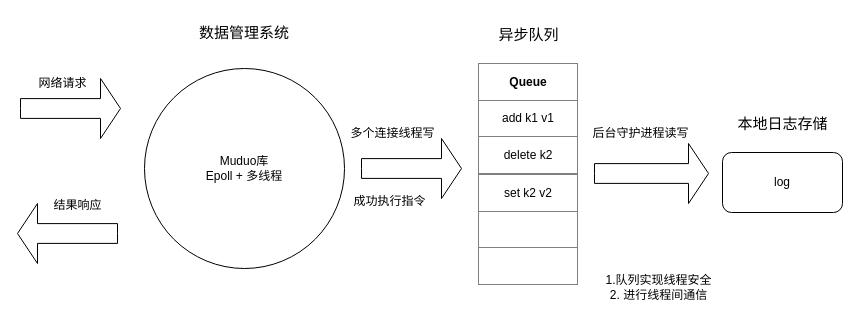
Earlier version of the draw.io diagram diagram-net/日志模块示意图.drawio (Xuuuuuuuuuuuu/pic-repo). Source tidied: cells renumbered, new cells numbered last; positions are measured from the earlier drawing's top-left corner, leaving out a move shared by most shapes. Both pictures are drawn from the tidied source at 100%, with x=0, y=0 at pixel (17, 17).
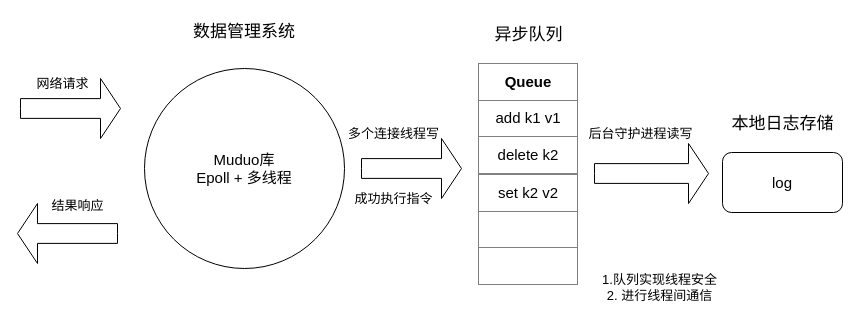
Above is the later version.

Commit message:
更新日志模块示意图.drawio

What changed in the source:
```diff
@@
 <mxGraphModel>
   <root>
     <mxCell id="0" />
     <mxCell id="1" parent="0" />
-    <mxCell id="2" value="&lt;table border=&quot;1&quot; width=&quot;100%&quot; height=&quot;100%&quot; cellpadding=&quot;4&quot; style=&quot;width:100%;height:100%;border-collapse:collapse;&quot;&gt;&lt;tbody&gt;&lt;tr&gt;&lt;th align=&quot;center&quot;&gt;Queue&lt;/th&gt;&lt;/tr&gt;&lt;tr&gt;&lt;td align=&quot;center&quot;&gt;add k1 v1&lt;/td&gt;&lt;/tr&gt;&lt;tr&gt;&lt;td align=&quot;center&quot;&gt;delete k2&lt;/td&gt;&lt;/tr&gt;&lt;/tbody&gt;&lt;/table&gt;" style="text;html=1;whiteSpace=wrap;strokeColor=none;fillColor=none;overflow=fill;" parent="1" vertex="1">
+    <mxCell id="2" value="&lt;table border=&quot;1&quot; width=&quot;100%&quot; height=&quot;100%&quot; cellpadding=&quot;4&quot; style=&quot;width: 100%; height: 100%; border-collapse: collapse; font-size: 15px;&quot;&gt;&lt;tbody style=&quot;font-size: 15px;&quot;&gt;&lt;tr style=&quot;font-size: 15px;&quot;&gt;&lt;th align=&quot;center&quot; style=&quot;font-size: 15px;&quot;&gt;Queue&lt;/th&gt;&lt;/tr&gt;&lt;tr style=&quot;font-size: 15px;&quot;&gt;&lt;td align=&quot;center&quot; style=&quot;font-size: 15px;&quot;&gt;add k1 v1&lt;/td&gt;&lt;/tr&gt;&lt;tr style=&quot;font-size: 15px;&quot;&gt;&lt;td align=&quot;center&quot; style=&quot;font-size: 15px;&quot;&gt;delete k2&lt;/td&gt;&lt;/tr&gt;&lt;/tbody&gt;&lt;/table&gt;" style="text;html=1;whiteSpace=wrap;strokeColor=none;fillColor=none;overflow=fill;fontSize=15;" parent="1" vertex="1">
       <mxGeometry x="461" y="46" width="100" height="111" as="geometry" />
     </mxCell>
-    <mxCell id="3" value="Muduo库&lt;br style=&quot;font-size: 12px;&quot;&gt;Epoll + 多线程" style="ellipse;whiteSpace=wrap;html=1;fontSize=12;" parent="1" vertex="1">
+    <mxCell id="3" value="Muduo库&lt;br style=&quot;font-size: 15px;&quot;&gt;Epoll + 多线程" style="ellipse;whiteSpace=wrap;html=1;fontSize=15;" parent="1" vertex="1">
       <mxGeometry x="127" y="51" width="200" height="200" as="geometry" />
     </mxCell>
     <mxCell id="4" style="html=1;shadow=0;dashed=0;align=center;verticalAlign=middle;shape=mxgraph.arrows2.arrow;dy=0.67;dx=20;notch=0;" parent="1" vertex="1">
       <mxGeometry x="3" y="61" width="100" height="60" as="geometry" />
     </mxCell>
     <mxCell id="5" style="html=1;shadow=0;dashed=0;align=center;verticalAlign=middle;shape=mxgraph.arrows2.arrow;dy=0.67;dx=20;notch=0;direction=west;" parent="1" vertex="1">
       <mxGeometry y="186" width="100" height="60" as="geometry" />
     </mxCell>
     <mxCell id="6" style="edgeStyle=orthogonalEdgeStyle;rounded=0;orthogonalLoop=1;jettySize=auto;html=1;exitX=0.5;exitY=1;exitDx=0;exitDy=0;" parent="1" edge="1" source="2" target="2">
       <mxGeometry relative="1" as="geometry" />
     </mxCell>
-    <mxCell id="7" value="&lt;table border=&quot;1&quot; width=&quot;100%&quot; height=&quot;100%&quot; cellpadding=&quot;4&quot; style=&quot;width:100%;height:100%;border-collapse:collapse;&quot;&gt;&lt;tbody&gt;&lt;tr&gt;&lt;th align=&quot;center&quot;&gt;&lt;span style=&quot;font-weight: normal;&quot;&gt;set k2 v2&lt;/span&gt;&lt;/th&gt;&lt;/tr&gt;&lt;tr&gt;&lt;td align=&quot;center&quot;&gt;&lt;br&gt;&lt;/td&gt;&lt;/tr&gt;&lt;tr&gt;&lt;td align=&quot;center&quot;&gt;&lt;br&gt;&lt;/td&gt;&lt;/tr&gt;&lt;/tbody&gt;&lt;/table&gt;" style="text;html=1;whiteSpace=wrap;strokeColor=none;fillColor=none;overflow=fill;" parent="1" vertex="1">
+    <mxCell id="7" value="&lt;table border=&quot;1&quot; width=&quot;100%&quot; height=&quot;100%&quot; cellpadding=&quot;4&quot; style=&quot;width: 100%; height: 100%; border-collapse: collapse; font-size: 15px;&quot;&gt;&lt;tbody style=&quot;font-size: 15px;&quot;&gt;&lt;tr style=&quot;font-size: 15px;&quot;&gt;&lt;th align=&quot;center&quot; style=&quot;font-size: 15px;&quot;&gt;&lt;span style=&quot;font-weight: normal; font-size: 15px;&quot;&gt;set k2 v2&lt;/span&gt;&lt;/th&gt;&lt;/tr&gt;&lt;tr style=&quot;font-size: 15px;&quot;&gt;&lt;td align=&quot;center&quot; style=&quot;font-size: 15px;&quot;&gt;&lt;br style=&quot;font-size: 15px;&quot;&gt;&lt;/td&gt;&lt;/tr&gt;&lt;tr style=&quot;font-size: 15px;&quot;&gt;&lt;td align=&quot;center&quot; style=&quot;font-size: 15px;&quot;&gt;&lt;br style=&quot;font-size: 15px;&quot;&gt;&lt;/td&gt;&lt;/tr&gt;&lt;/tbody&gt;&lt;/table&gt;" style="text;html=1;whiteSpace=wrap;strokeColor=none;fillColor=none;overflow=fill;fontSize=15;" parent="1" vertex="1">
       <mxGeometry x="461" y="157" width="100" height="111" as="geometry" />
     </mxCell>
-    <mxCell id="8" value="log" style="rounded=1;whiteSpace=wrap;html=1;" parent="1" vertex="1">
+    <mxCell id="8" value="log" style="rounded=1;whiteSpace=wrap;html=1;fontSize=15;" parent="1" vertex="1">
       <mxGeometry x="705" y="135" width="120" height="60" as="geometry" />
     </mxCell>
-    <mxCell id="9" value="数据管理系统" style="text;html=1;strokeColor=none;fillColor=none;align=center;verticalAlign=middle;whiteSpace=wrap;rounded=0;fontSize=15;" parent="1" vertex="1">
+    <mxCell id="9" value="数据管理系统" style="text;html=1;strokeColor=none;fillColor=none;align=center;verticalAlign=middle;whiteSpace=wrap;rounded=0;fontSize=17;" parent="1" vertex="1">
       <mxGeometry x="161" width="132" height="30" as="geometry" />
     </mxCell>
-    <mxCell id="10" value="网络请求" style="text;html=1;align=center;verticalAlign=middle;strokeColor=none;fillColor=none;" parent="1" vertex="1">
-      <mxGeometry x="12" y="53" width="66" height="26" as="geometry" />
+    <mxCell id="10" value="网络请求" style="text;html=1;align=center;verticalAlign=middle;strokeColor=none;fillColor=none;fontSize=13;" parent="1" vertex="1">
+      <mxGeometry x="10" y="52" width="70" height="28" as="geometry" />
     </mxCell>
-    <mxCell id="11" value="结果响应" style="text;html=1;align=center;verticalAlign=middle;strokeColor=none;fillColor=none;" parent="1" vertex="1">
-      <mxGeometry x="27" y="175" width="66" height="26" as="geometry" />
+    <mxCell id="11" value="结果响应" style="text;html=1;align=center;verticalAlign=middle;strokeColor=none;fillColor=none;fontSize=13;" parent="1" vertex="1">
+      <mxGeometry x="25" y="174" width="70" height="28" as="geometry" />
     </mxCell>
     <mxCell id="12" style="html=1;shadow=0;dashed=0;align=center;verticalAlign=middle;shape=mxgraph.arrows2.arrow;dy=0.67;dx=20;notch=0;" parent="1" vertex="1">
       <mxGeometry x="344" y="121" width="100" height="60" as="geometry" />
     </mxCell>
-    <mxCell id="13" value="多个连接线程写" style="text;html=1;align=center;verticalAlign=middle;strokeColor=none;fillColor=none;" parent="1" vertex="1">
-      <mxGeometry x="324" y="103" width="102" height="26" as="geometry" />
+    <mxCell id="13" value="多个连接线程写" style="text;html=1;align=center;verticalAlign=middle;strokeColor=none;fillColor=none;fontSize=13;" parent="1" vertex="1">
+      <mxGeometry x="321" y="102" width="109" height="28" as="geometry" />
     </mxCell>
-    <mxCell id="14" value="异步队列" style="text;html=1;align=center;verticalAlign=middle;strokeColor=none;fillColor=none;fontSize=15;" parent="1" vertex="1">
-      <mxGeometry x="472" y="2" width="78" height="30" as="geometry" />
+    <mxCell id="14" value="异步队列" style="text;html=1;align=center;verticalAlign=middle;strokeColor=none;fillColor=none;fontSize=17;" parent="1" vertex="1">
+      <mxGeometry x="468" y="2" width="86" height="32" as="geometry" />
     </mxCell>
-    <mxCell id="15" value="本地日志存储" style="text;html=1;align=center;verticalAlign=middle;strokeColor=none;fillColor=none;fontSize=15;" parent="1" vertex="1">
-      <mxGeometry x="711" y="91" width="108" height="30" as="geometry" />
+    <mxCell id="15" value="本地日志存储" style="text;html=1;align=center;verticalAlign=middle;strokeColor=none;fillColor=none;fontSize=17;" parent="1" vertex="1">
+      <mxGeometry x="705" y="91" width="120" height="32" as="geometry" />
     </mxCell>
-    <mxCell id="16" value="1.队列实现线程安全&lt;br&gt;2. 进行线程间通信" style="text;html=1;align=center;verticalAlign=middle;strokeColor=none;fillColor=none;" parent="1" vertex="1">
-      <mxGeometry x="579" y="249" width="124" height="41" as="geometry" />
+    <mxCell id="16" value="1.队列实现线程安全&lt;br style=&quot;font-size: 13px;&quot;&gt;2. 进行线程间通信" style="text;html=1;align=center;verticalAlign=middle;strokeColor=none;fillColor=none;fontSize=13;" parent="1" vertex="1">
+      <mxGeometry x="575" y="248" width="133" height="43" as="geometry" />
     </mxCell>
-    <mxCell id="17" value="成功执行指令" style="text;html=1;align=center;verticalAlign=middle;strokeColor=none;fillColor=none;" parent="1" vertex="1">
-      <mxGeometry x="327" y="171" width="90" height="26" as="geometry" />
+    <mxCell id="17" value="成功执行指令" style="text;html=1;align=center;verticalAlign=middle;strokeColor=none;fillColor=none;fontSize=13;" parent="1" vertex="1">
+      <mxGeometry x="327.5" y="167" width="96" height="28" as="geometry" />
     </mxCell>
     <mxCell id="18" style="html=1;shadow=0;dashed=0;align=center;verticalAlign=middle;shape=mxgraph.arrows2.arrow;dy=0.67;dx=20;notch=0;" parent="1" vertex="1">
       <mxGeometry x="577" y="126" width="114" height="60" as="geometry" />
     </mxCell>
-    <mxCell id="19" value="后台守护进程读写" style="text;html=1;align=center;verticalAlign=middle;strokeColor=none;fillColor=none;" parent="1" vertex="1">
-      <mxGeometry x="566" y="103" width="114" height="26" as="geometry" />
+    <mxCell id="19" value="后台守护进程读写" style="text;html=1;align=center;verticalAlign=middle;strokeColor=none;fillColor=none;fontSize=13;" parent="1" vertex="1">
+      <mxGeometry x="562" y="102" width="122" height="28" as="geometry" />
     </mxCell>
   </root>
 </mxGraphModel>
```
